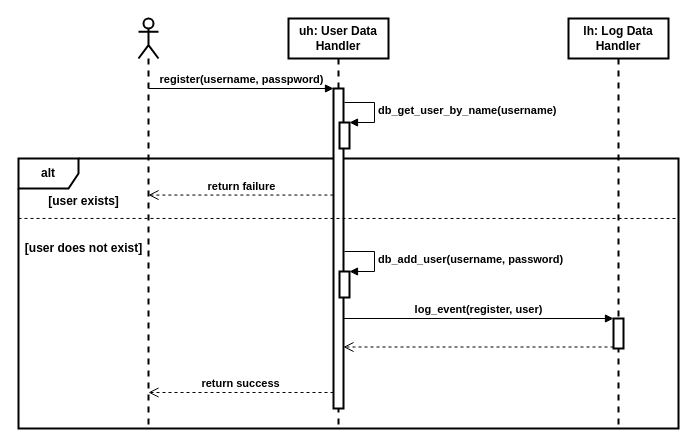
The draw.io diagram Documentation/Sequence diagrams/Sequence_Register.drawio in nemkrisz11/Computer-Security-Homework-2021-SHAjt, before the edit. Source tidied: cells renumbered, new cells numbered last; positions are measured from the earlier drawing's top-left corner, leaving out a move shared by most shapes. Both pictures are drawn from the tidied source at 100%, with x=0, y=0 at pixel (18, 18).
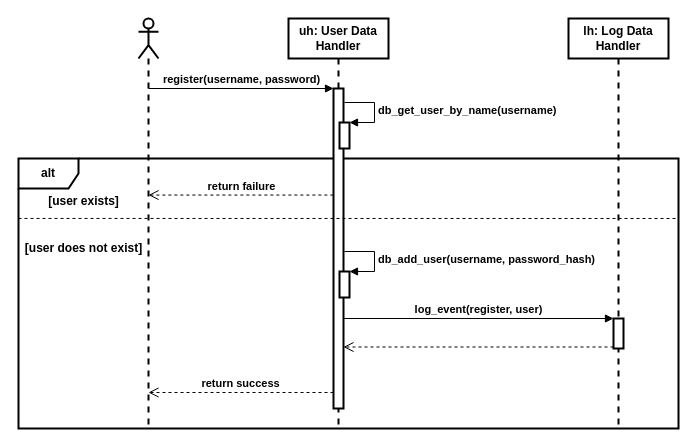
Above is the later version.

The change refers to these unchanged cells:
```xml
<mxCell id="3" value="&lt;div&gt;&lt;b&gt;uh: User Data Handler&lt;/b&gt;&lt;/div&gt;" style="shape=umlLifeline;perimeter=lifelinePerimeter;whiteSpace=wrap;html=1;strokeWidth=2;" parent="1" vertex="1">
  <mxGeometry x="270" width="100" height="410" as="geometry" />
</mxCell>
<mxCell id="4" style="html=1;points=[];perimeter=orthogonalPerimeter;strokeWidth=2;" parent="3" vertex="1">
  <mxGeometry x="45" y="70" width="10" height="320" as="geometry" />
</mxCell>
<mxCell id="5" style="html=1;points=[];perimeter=orthogonalPerimeter;strokeWidth=2;align=center;" parent="3" vertex="1">
  <mxGeometry x="51" y="253" width="10" height="26" as="geometry" />
</mxCell>
<mxCell id="7" style="shape=umlLifeline;participant=umlActor;perimeter=lifelinePerimeter;whiteSpace=wrap;html=1;verticalAlign=top;spacingTop=36;outlineConnect=0;strokeWidth=2;" parent="1" vertex="1">
  <mxGeometry x="120" width="20" height="410" as="geometry" />
</mxCell>
```

What changed in the source:
```diff
@@
-    <mxCell id="6" value="&lt;b&gt;db_add_user(username, password)&lt;/b&gt;" style="edgeStyle=orthogonalEdgeStyle;html=1;align=left;spacingLeft=2;endArrow=block;rounded=0;entryX=1;entryY=0;strokeWidth=1;" parent="3" edge="1" target="5">
+    <mxCell id="6" value="&lt;b&gt;db_add_user(username, password_hash)&lt;/b&gt;" style="edgeStyle=orthogonalEdgeStyle;html=1;align=left;spacingLeft=2;endArrow=block;rounded=0;entryX=1;entryY=0;strokeWidth=1;" parent="3" edge="1" target="5">
       <mxGeometry relative="1" as="geometry">
         <mxPoint x="56" y="233" as="sourcePoint" />
         <Array as="points">
           <mxPoint x="86" y="233" />
         </Array>
       </mxGeometry>
     </mxCell>
@@
-    <mxCell id="11" value="&lt;b&gt;register(username, passpword)&lt;/b&gt;" style="html=1;verticalAlign=bottom;endArrow=block;entryX=0;entryY=0;rounded=0;" parent="1" edge="1" source="7" target="4">
+    <mxCell id="11" value="&lt;b&gt;register(username, password)&lt;/b&gt;" style="html=1;verticalAlign=bottom;endArrow=block;entryX=0;entryY=0;rounded=0;" parent="1" edge="1" source="7" target="4">
       <mxGeometry relative="1" as="geometry" />
     </mxCell>
```
